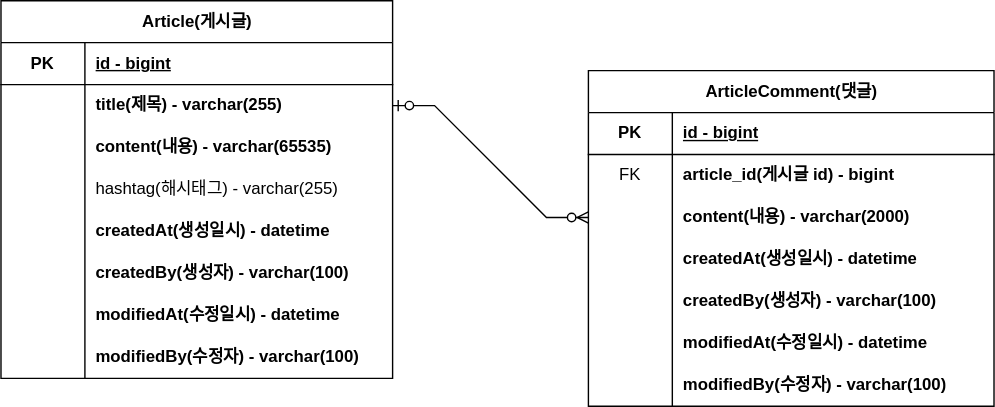
The draw.io diagram document/project-board-erd.svg in kimbongjune/fastcampus-project-board, before a commit. Source tidied: cells renumbered, new cells last; positions are measured from the earlier drawing's top-left corner, leaving out a move shared by most shapes.
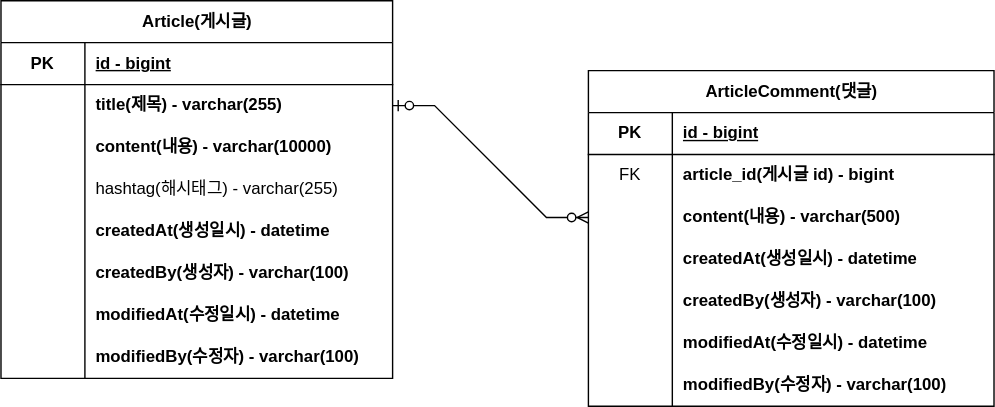
After the commit.

Commit message:
#10 - ERD 업데이트 : content사이즈 변경

The edit, as a diff of the source:
```diff
@@ -29,7 +29,7 @@
     <mxCell id="10" style="shape=partialRectangle;fillColor=none;top=0;left=0;bottom=0;right=0;overflow=hidden;whiteSpace=wrap;html=1;" parent="9" vertex="1">
       <mxGeometry width="60" height="30" as="geometry" />
     </mxCell>
-    <mxCell id="11" value="content(내용) - varchar(65535)" style="shape=partialRectangle;fillColor=none;top=0;left=0;bottom=0;right=0;align=left;spacingLeft=6;overflow=hidden;whiteSpace=wrap;html=1;fontStyle=1;" parent="9" vertex="1">
+    <mxCell id="11" value="content(내용) - varchar(10000)" style="shape=partialRectangle;fillColor=none;top=0;left=0;bottom=0;right=0;align=left;spacingLeft=6;overflow=hidden;whiteSpace=wrap;html=1;fontStyle=1;" parent="9" vertex="1">
       <mxGeometry x="60" width="220" height="30" as="geometry" />
     </mxCell>
     <mxCell id="12" style="shape=tableRow;horizontal=0;startSize=0;swimlaneHead=0;swimlaneBody=0;fillColor=none;top=0;left=0;right=0;bottom=0;" parent="2" vertex="1">
@@ -104,7 +104,7 @@
     <mxCell id="35" style="shape=partialRectangle;fillColor=none;top=0;left=0;bottom=0;right=0;overflow=hidden;whiteSpace=wrap;html=1;" parent="34" vertex="1">
       <mxGeometry width="60" height="30" as="geometry" />
     </mxCell>
-    <mxCell id="36" value="content(내용) - varchar(2000)" style="shape=partialRectangle;fillColor=none;top=0;left=0;bottom=0;right=0;align=left;spacingLeft=6;overflow=hidden;whiteSpace=wrap;html=1;fontStyle=1;" parent="34" vertex="1">
+    <mxCell id="36" value="content(내용) - varchar(500)" style="shape=partialRectangle;fillColor=none;top=0;left=0;bottom=0;right=0;align=left;spacingLeft=6;overflow=hidden;whiteSpace=wrap;html=1;fontStyle=1;" parent="34" vertex="1">
       <mxGeometry x="60" width="230" height="30" as="geometry" />
     </mxCell>
     <mxCell id="37" style="shape=tableRow;horizontal=0;startSize=0;swimlaneHead=0;swimlaneBody=0;fillColor=none;top=0;left=0;right=0;bottom=0;" parent="27" vertex="1">
```
